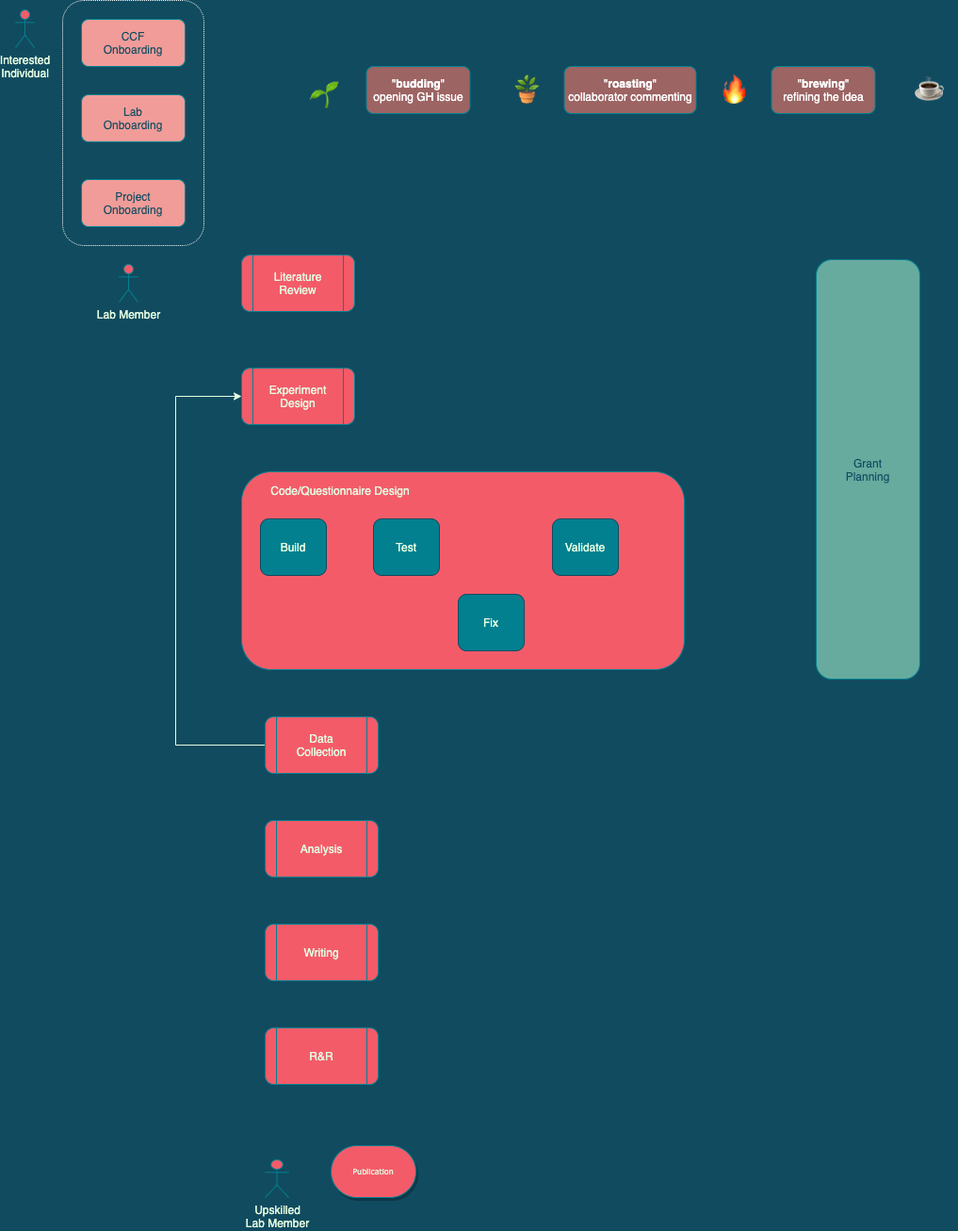
Above: Untitled Diagram.png in jessb0t/marathons (draw.io), before the change. Source tidied: cells renumbered, new cells last; positions are measured from the earlier drawing's top-left corner, leaving out a move shared by most shapes.
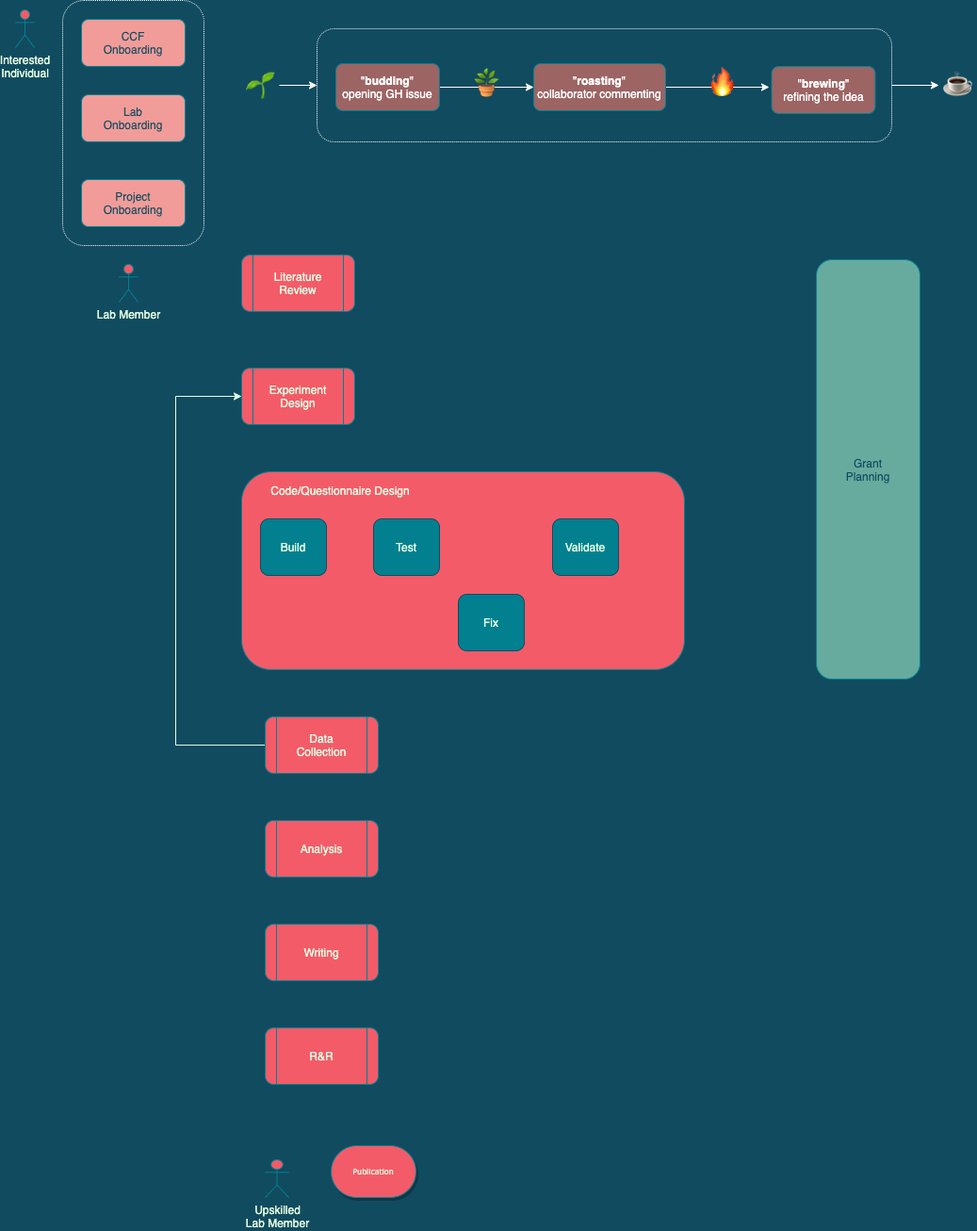
Later version of the same file.

The edit, as a diff of the source:
```diff
@@ -2,6 +2,9 @@
   <root>
     <mxCell id="0" />
     <mxCell id="1" parent="0" />
+    <mxCell id="31" style="rounded=1;whiteSpace=wrap;html=1;shadow=0;dashed=1;dashPattern=1 1;fontSize=31;fontColor=#294540;strokeColor=#FFFFFF;fillColor=none;align=center;" parent="1" vertex="1">
+      <mxGeometry x="320" y="30" width="610" height="120" as="geometry" />
+    </mxCell>
     <mxCell id="2" value="Publication" style="strokeWidth=1;html=1;shape=mxgraph.flowchart.terminator;whiteSpace=wrap;rounded=0;shadow=1;labelBackgroundColor=none;fontFamily=Verdana;fontSize=8;align=center;fillColor=#F45B69;strokeColor=#028090;fontColor=#E4FDE1;" parent="1" vertex="1">
       <mxGeometry x="335" y="1215" width="90" height="55" as="geometry" />
     </mxCell>
@@ -67,23 +70,28 @@
     <mxCell id="21" value="Interested&lt;br&gt;Individual" style="shape=umlActor;verticalLabelPosition=bottom;verticalAlign=top;html=1;rounded=0;shadow=0;sketch=0;fontColor=#E4FDE1;strokeColor=#028090;fillColor=#F45B69;" parent="1" vertex="1">
       <mxGeometry y="10" width="20" height="40" as="geometry" />
     </mxCell>
+    <mxCell id="32" style="edgeStyle=orthogonalEdgeStyle;rounded=0;jettySize=auto;html=1;exitX=1;exitY=0.5;exitDx=0;exitDy=0;entryX=0;entryY=0.5;entryDx=0;entryDy=0;fontSize=31;fontColor=#294540;strokeColor=#FFFFFF;" parent="1" edge="1" source="22" target="31">
+      <mxGeometry relative="1" as="geometry" />
+    </mxCell>
     <mxCell id="22" value="🌱" style="rounded=0;whiteSpace=wrap;html=1;shadow=0;fillColor=none;fontSize=31;strokeColor=none;" parent="1" vertex="1">
-      <mxGeometry x="297.5" y="70" width="60" height="60" as="geometry" />
+      <mxGeometry x="240" y="60" width="40" height="60" as="geometry" />
     </mxCell>
     <mxCell id="23" value="☕" style="text;whiteSpace=wrap;html=1;fontSize=31;align=center;" parent="1" vertex="1">
-      <mxGeometry x="940" y="70" width="60" height="50" as="geometry" />
+      <mxGeometry x="980" y="65" width="40" height="50" as="geometry" />
     </mxCell>
-    <mxCell id="24" value="🔥" style="text;whiteSpace=wrap;html=1;fontSize=31;align=center;" parent="1" vertex="1">
-      <mxGeometry x="732.5" y="70" width="60" height="50" as="geometry" />
-    </mxCell>
-    <mxCell id="25" value="🪴" style="text;whiteSpace=wrap;html=1;fontSize=31;align=center;" parent="1" vertex="1">
-      <mxGeometry x="512.5" y="70" width="60" height="50" as="geometry" />
-    </mxCell>
+    <mxCell id="33" style="edgeStyle=orthogonalEdgeStyle;rounded=0;jettySize=auto;html=1;exitX=1;exitY=0.5;exitDx=0;exitDy=0;entryX=0;entryY=0.5;entryDx=0;entryDy=0;fontSize=31;fontColor=#294540;strokeColor=#FFFFFF;" parent="1" edge="1" source="26" target="27">
+      <mxGeometry relative="1" as="geometry" />
+    </mxCell>
     <mxCell id="26" value="&quot;&lt;b&gt;budding&lt;/b&gt;&quot;&lt;br&gt;opening GH issue" style="rounded=1;whiteSpace=wrap;html=1;sketch=0;strokeColor=#028090;gradientColor=none;fillColor=#9C6463;fontColor=#FFFFFF;" parent="1" vertex="1">
-      <mxGeometry x="372.5" y="70" width="110" height="50" as="geometry" />
+      <mxGeometry x="340" y="67" width="110" height="50" as="geometry" />
     </mxCell>
+    <mxCell id="34" style="edgeStyle=orthogonalEdgeStyle;rounded=0;jettySize=auto;html=1;exitX=1;exitY=0.5;exitDx=0;exitDy=0;fontSize=31;fontColor=#294540;strokeColor=#FFFFFF;" parent="1" edge="1" source="27">
+      <mxGeometry relative="1" as="geometry">
+        <mxPoint x="800" y="92" as="targetPoint" />
+      </mxGeometry>
+    </mxCell>
     <mxCell id="27" value="&quot;&lt;b&gt;roasting&lt;/b&gt;&quot;&lt;br&gt;collaborator commenting" style="rounded=1;whiteSpace=wrap;html=1;sketch=0;strokeColor=#028090;gradientColor=none;fillColor=#9C6463;fontColor=#FFFFFF;" parent="1" vertex="1">
-      <mxGeometry x="582.5" y="70" width="140" height="50" as="geometry" />
+      <mxGeometry x="550" y="67" width="140" height="50" as="geometry" />
     </mxCell>
     <mxCell id="28" value="&quot;&lt;b&gt;brewing&lt;/b&gt;&quot;&lt;br&gt;refining the idea" style="rounded=1;whiteSpace=wrap;html=1;sketch=0;strokeColor=#028090;gradientColor=none;fillColor=#9C6463;fontColor=#FFFFFF;" parent="1" vertex="1">
       <mxGeometry x="802.5" y="70" width="110" height="50" as="geometry" />
@@ -94,5 +102,14 @@
     <mxCell id="30" style="rounded=1;whiteSpace=wrap;html=1;shadow=0;fontSize=31;fontColor=#294540;align=center;dashed=1;dashPattern=1 1;strokeColor=#FFFFFF;fillColor=none;" parent="1" vertex="1">
       <mxGeometry x="50" width="150" height="260" as="geometry" />
     </mxCell>
+    <mxCell id="24" value="🔥" style="text;whiteSpace=wrap;html=1;fontSize=31;align=center;" parent="1" vertex="1">
+      <mxGeometry x="720" y="62" width="60" height="50" as="geometry" />
+    </mxCell>
+    <mxCell id="35" style="edgeStyle=orthogonalEdgeStyle;rounded=0;jettySize=auto;html=1;exitX=1;exitY=0.5;exitDx=0;exitDy=0;fontSize=31;fontColor=#294540;strokeColor=#FFFFFF;" parent="1" edge="1" source="31" target="23">
+      <mxGeometry relative="1" as="geometry" />
+    </mxCell>
+    <mxCell id="25" value="🪴" style="text;whiteSpace=wrap;html=1;fontSize=31;align=center;" parent="1" vertex="1">
+      <mxGeometry x="470" y="63" width="60" height="50" as="geometry" />
+    </mxCell>
   </root>
 </mxGraphModel>
```
